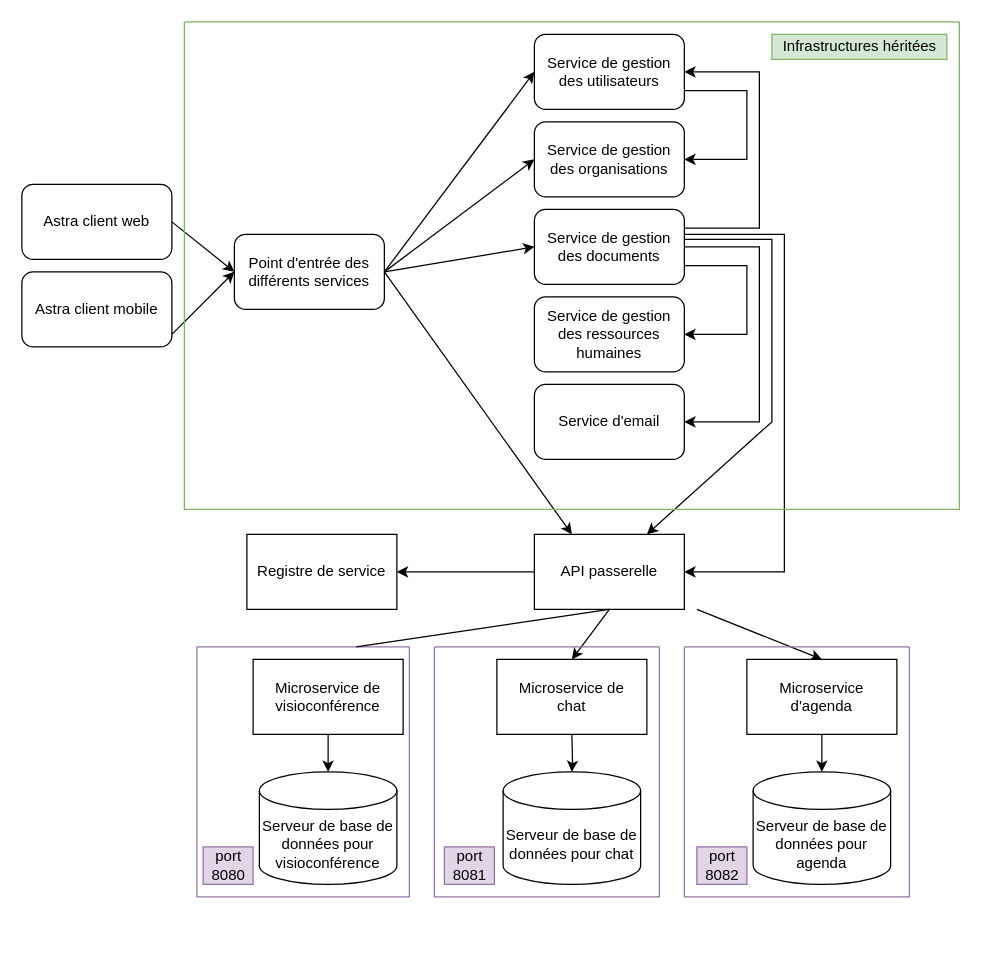
Earlier version of the draw.io diagram AplicativeArchitecture.drawio (cjour/audit_logistics). Source tidied: cells renumbered, new cells numbered last; positions are measured from the earlier drawing's top-left corner, leaving out a move shared by most shapes. Both pictures are drawn from the tidied source at 125%, with x=0, y=0 at pixel (21, 21).
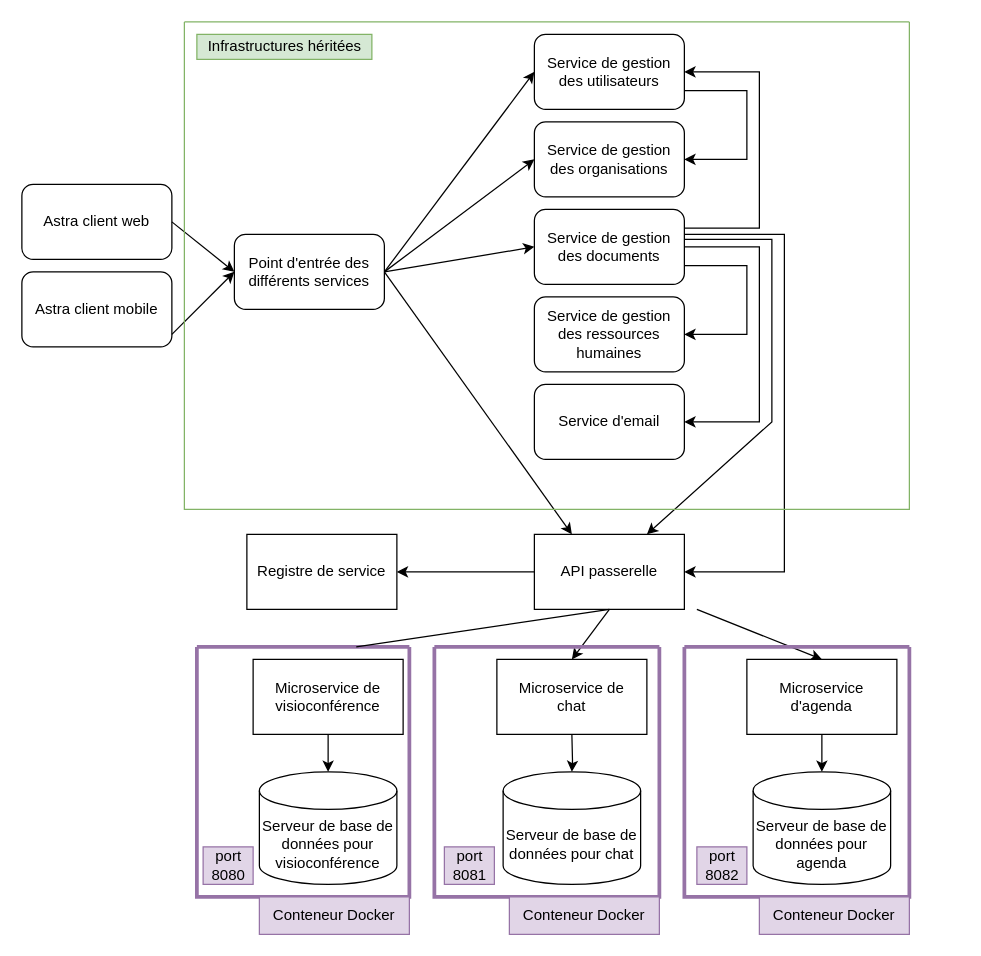
Above is the later version.

Diff of the diagram source:
```diff
@@
-    <mxCell id="2" style="swimlane;startSize=0;fillColor=#e1d5e7;strokeColor=#9673a6;" parent="1" vertex="1">
+    <mxCell id="2" style="swimlane;startSize=0;fillColor=#e1d5e7;strokeColor=#9673a6;strokeWidth=3;" parent="1" vertex="1">
       <mxGeometry x="140" y="500" width="170" height="200" as="geometry" />
     </mxCell>
@@
     <mxCell id="35" style="swimlane;startSize=0;fillColor=#d5e8d4;strokeColor=#82b366;" parent="1" vertex="1">
-      <mxGeometry x="130" width="620" height="390" as="geometry" />
+      <mxGeometry x="130" width="580" height="390" as="geometry" />
     </mxCell>
     <mxCell id="36" value="&lt;div&gt;Infrastructures héritées&lt;/div&gt;" style="text;html=1;align=center;verticalAlign=middle;strokeColor=#82b366;fillColor=#d5e8d4;" parent="35" vertex="1">
-      <mxGeometry x="470" y="10" width="140" height="20" as="geometry" />
+      <mxGeometry x="10" y="10" width="140" height="20" as="geometry" />
     </mxCell>
@@
-    <mxCell id="38" style="swimlane;startSize=0;fillColor=#e1d5e7;strokeColor=#9673a6;" parent="1" vertex="1">
+    <mxCell id="38" style="swimlane;startSize=0;fillColor=#e1d5e7;strokeColor=#9673a6;strokeWidth=3;" parent="1" vertex="1">
       <mxGeometry x="530" y="500" width="180" height="200" as="geometry" />
     </mxCell>
@@
-    <mxCell id="43" style="swimlane;startSize=0;fillColor=#e1d5e7;strokeColor=#9673a6;" parent="1" vertex="1">
+    <mxCell id="43" style="swimlane;startSize=0;fillColor=#e1d5e7;strokeColor=#9673a6;strokeWidth=3;" parent="1" vertex="1">
       <mxGeometry x="330" y="500" width="180" height="200" as="geometry" />
     </mxCell>
@@
+    <mxCell id="45" value="Conteneur Docker" style="rounded=0;whiteSpace=wrap;html=1;fillColor=#e1d5e7;strokeColor=#9673a6;" parent="1" vertex="1">
+      <mxGeometry x="190" y="700" width="120" height="30" as="geometry" />
+    </mxCell>
+    <mxCell id="46" value="Conteneur Docker" style="rounded=0;whiteSpace=wrap;html=1;fillColor=#e1d5e7;strokeColor=#9673a6;" parent="1" vertex="1">
+      <mxGeometry x="390" y="700" width="120" height="30" as="geometry" />
+    </mxCell>
+    <mxCell id="47" value="Conteneur Docker" style="rounded=0;whiteSpace=wrap;html=1;fillColor=#e1d5e7;strokeColor=#9673a6;" parent="1" vertex="1">
+      <mxGeometry x="590" y="700" width="120" height="30" as="geometry" />
+    </mxCell>
```
